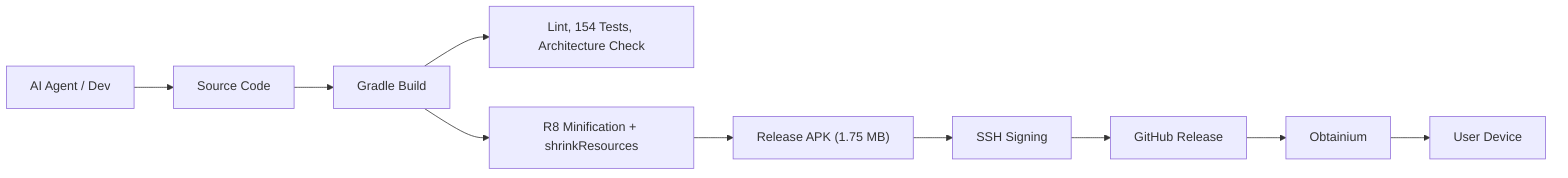
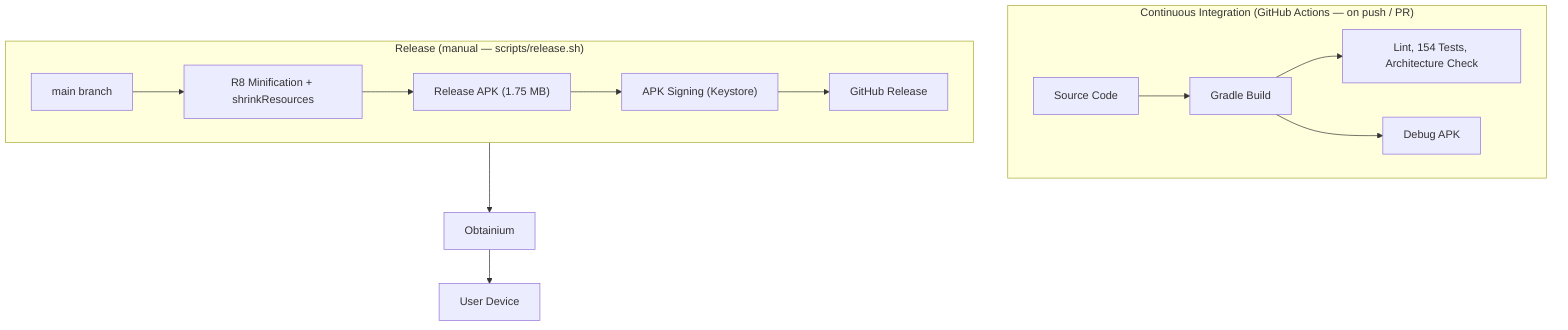
- flowchart LR
-     DEV["AI Agent / Dev"] --> SOURCE["Source Code"]
-     SOURCE --> BUILD["Gradle Build"]
-     BUILD --> LINT["Lint, 154 Tests, Architecture Check"]
-     BUILD --> R8["R8 Minification + shrinkResources"]
-     R8 --> APK["Release APK (1.75 MB)"]
-     APK --> SIGN["SSH Signing"]
-     SIGN --> RELEASE["GitHub Release"]
-     RELEASE --> OBT["Obtainium"]
+ flowchart TB
+     subgraph CI["Continuous Integration (GitHub Actions — on push / PR)"]
+         direction LR
+         SOURCE["Source Code"] --> BUILD["Gradle Build"]
+         BUILD --> LINT["Lint, 154 Tests, Architecture Check"]
+         BUILD --> DEBUG["Debug APK"]
+     end
+ 
+     subgraph RELEASE["Release (manual — scripts/release.sh)"]
+         direction LR
+         MAIN["main branch"] --> R8["R8 Minification + shrinkResources"]
+         R8 --> APK["Release APK (1.75 MB)"]
+         APK --> SIGN["APK Signing (Keystore)"]
+         SIGN --> GH["GitHub Release"]
+     end
+ 
+     GH --> OBT["Obtainium"]
    OBT --> USER["User Device"]
